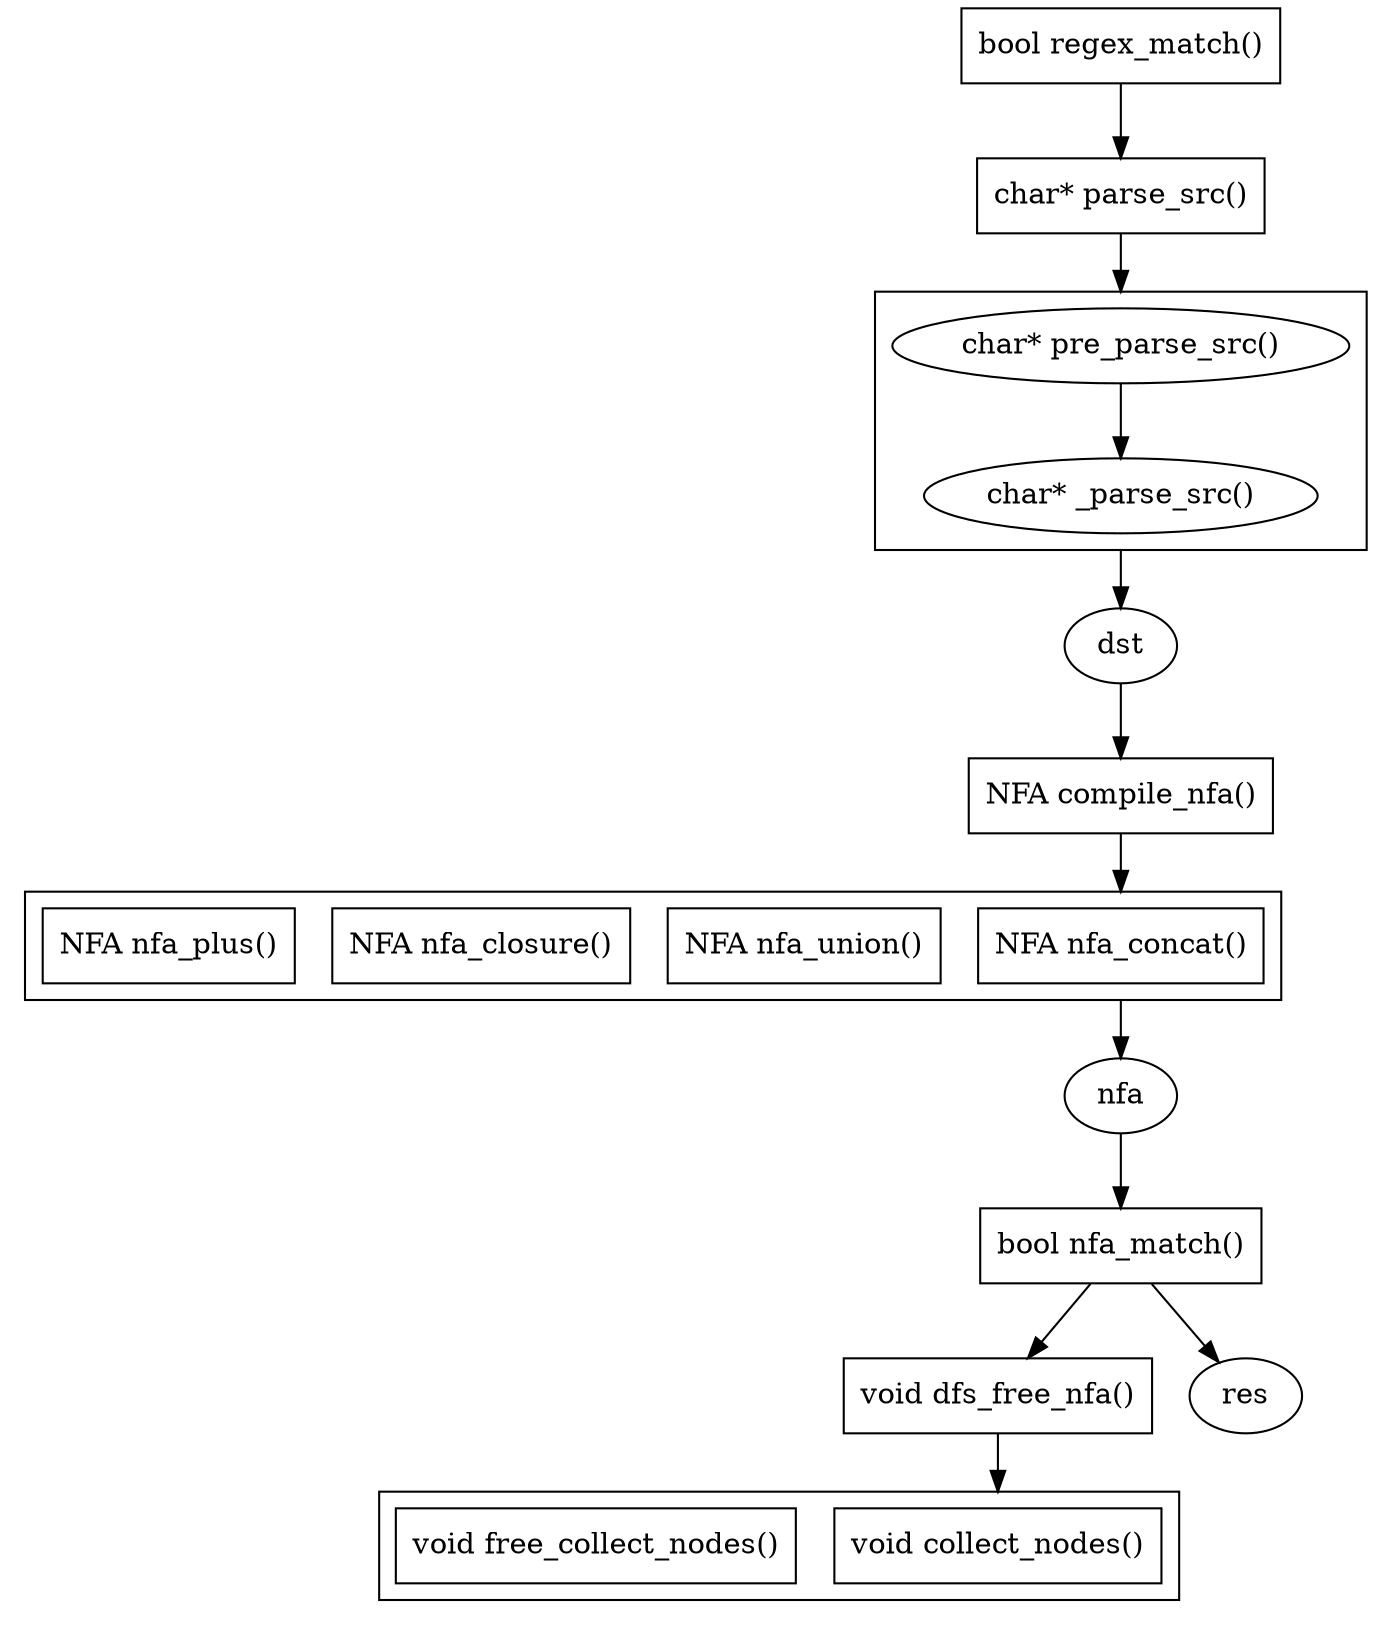
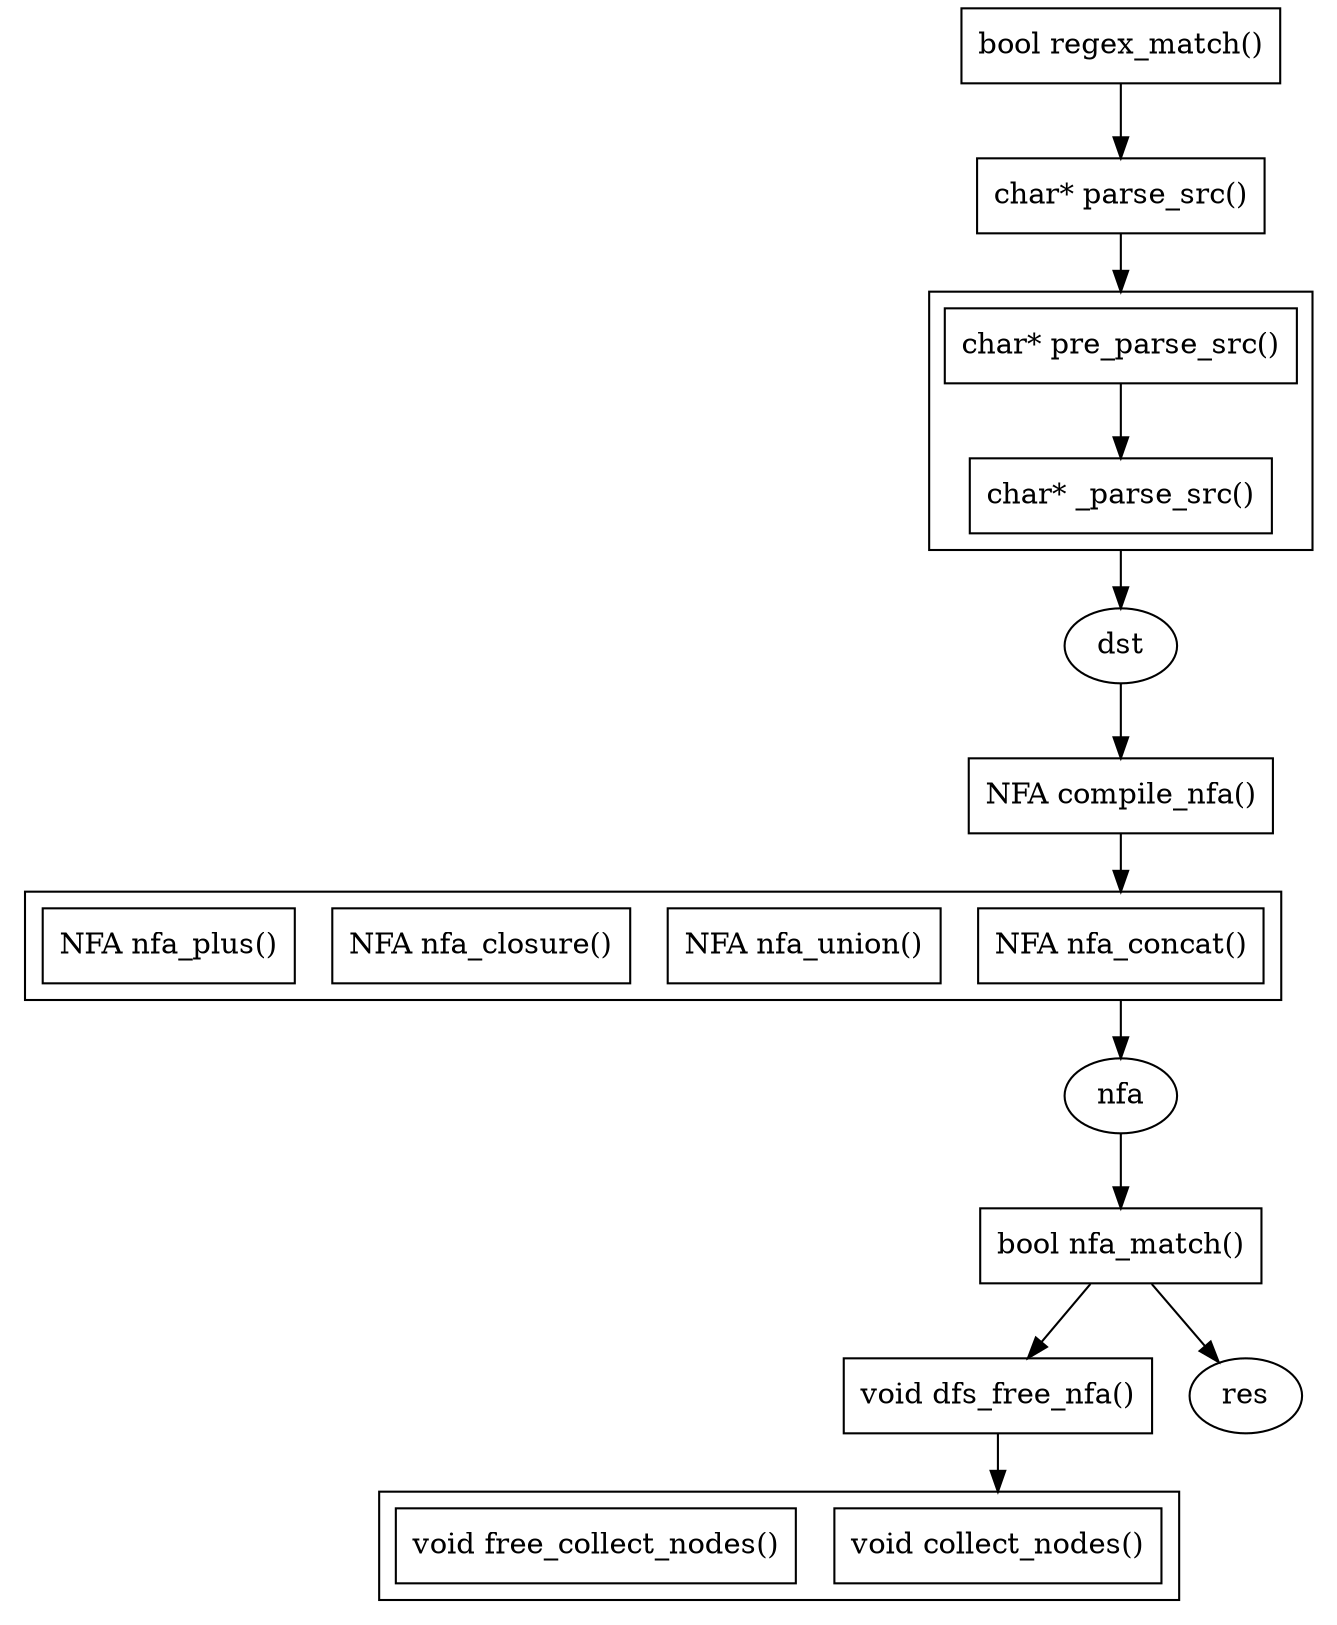
digraph G {
	rankdir = TB
	compound = true
	"bool regex_match()" -> "char* parse_src()"
		subgraph cluster_V {
			 "char* pre_parse_src()" -> "char* _parse_src()"
	}
	"char* parse_src()" -> "char* pre_parse_src()" [lhead=cluster_V]
	"char* _parse_src()" -> dst [ltail=cluster_V]

	dst -> "NFA compile_nfa()"
	nfa -> "bool nfa_match()" -> "void dfs_free_nfa()"
	"bool nfa_match()"-> res
	subgraph cluster_T {
		 "NFA nfa_concat()" [shape=box]
		 "NFA nfa_union()" [shape=box]
		 "NFA nfa_closure()" [shape=box]
		 "NFA nfa_plus()" [shape=box]
	}
	"NFA compile_nfa()" -> "NFA nfa_concat()" [lhead=cluster_T]
	"NFA nfa_concat()" -> nfa [ltail=cluster_T]

	subgraph cluster_G {
		 "void collect_nodes()" [shape=box]
		 "void free_collect_nodes()" [shape=box]
	}
	"void dfs_free_nfa()" -> "void collect_nodes()" [lhead=cluster_G]

	"bool regex_match()" [shape=box]
	"char* parse_src()" [shape=box]
+ 	"char* pre_parse_src()" [shape=box]
+ 	"char* _parse_src()" [shape=box]
	"NFA compile_nfa()" [shape=box]
	"bool nfa_match()" [shape=box]
	"void dfs_free_nfa()" [shape=box]
}